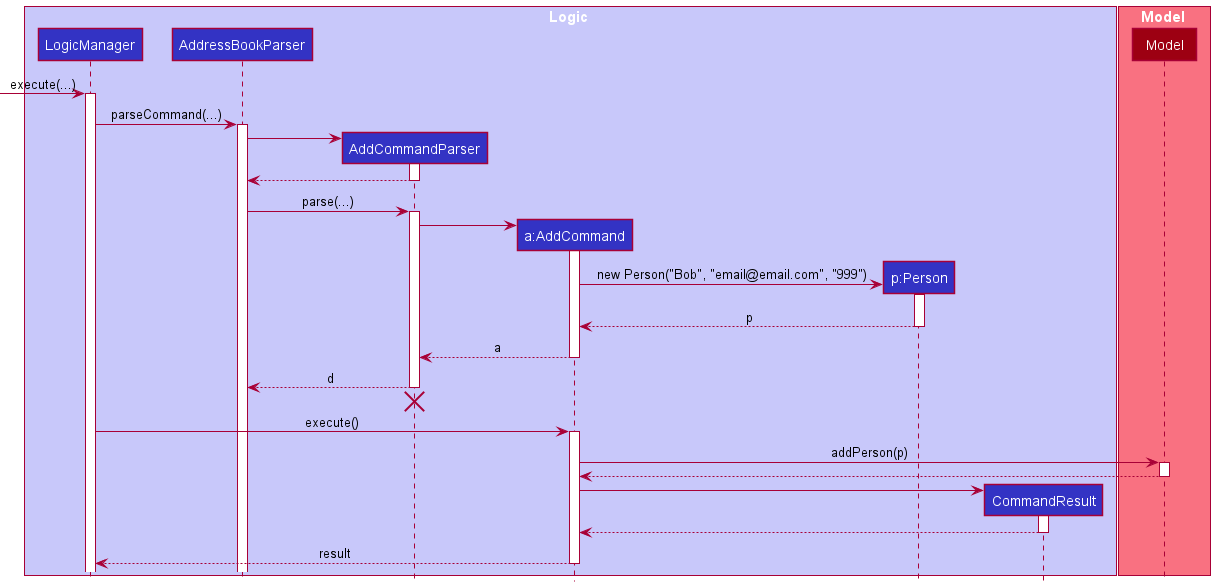
pranav-ganesh/tp keeps this PlantUML diagram as docs/images/AddSequenceDiagram.png. Above is the earlier version.
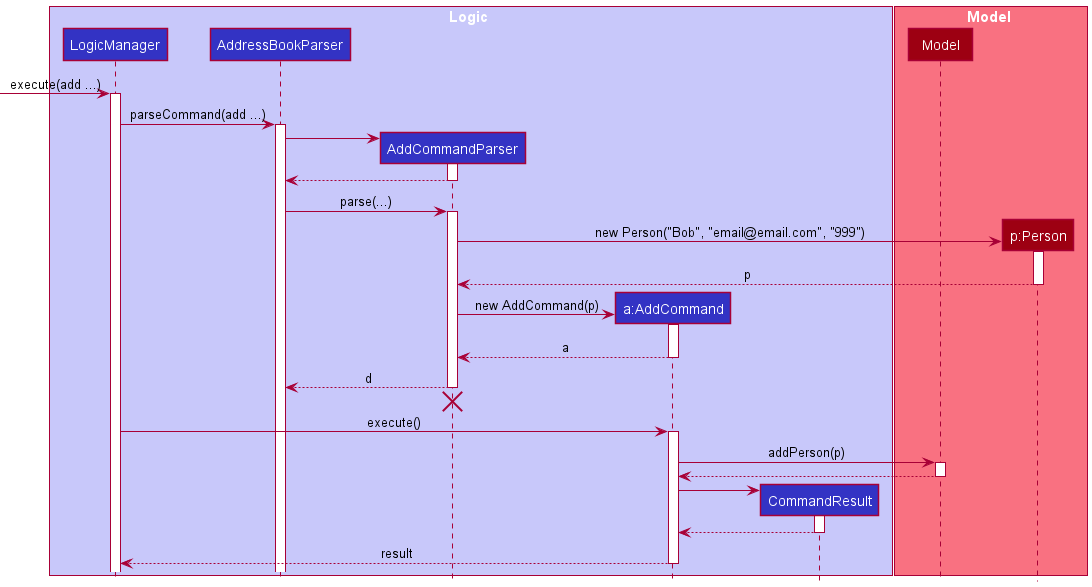
Above is the later version.

Commit message:
Fix add command sequence diagram

The original diagram wrongly showed that a person object was created by the AddCommand object instead of the AddCommandParser object.
Furthermore, the person object is supposed to be under the model component instead of the logic component.

What changed in the source:
```diff
@@ -6,18 +6,18 @@
 participant AddressBookParser LOGIC_COLOR
 participant AddCommandParser LOGIC_COLOR
 participant "a:AddCommand" as AddCommand LOGIC_COLOR
-participant "p:Person" as Person LOGIC_COLOR
 participant CommandResult LOGIC_COLOR
 end box
 
 box Model MODEL_COLOR_T1
 participant Model MODEL_COLOR
+participant "p:Person" as Person MODEL_COLOR
 end box
 
--> LogicManager : execute(...)
+-> LogicManager : execute(add ...)
 activate LogicManager
 
-LogicManager -> AddressBookParser : parseCommand(...)
+LogicManager -> AddressBookParser : parseCommand(add ...)
 activate AddressBookParser
 
 create AddCommandParser
@@ -28,15 +28,18 @@
 AddressBookParser -> AddCommandParser : parse(...)
 activate AddCommandParser
 
+create Person
+AddCommandParser -> Person : new Person("Bob", "email@email.com", "999")
+activate Person
+return p
+
 create AddCommand
-AddCommandParser -> AddCommand
+AddCommandParser -> AddCommand : new AddCommand(p)
 activate AddCommand
 
-create Person
-AddCommand -> Person : new Person("Bob", "email@email.com", "999")
-activate Person
 
-return p
+
+
 
 return a
 
```
